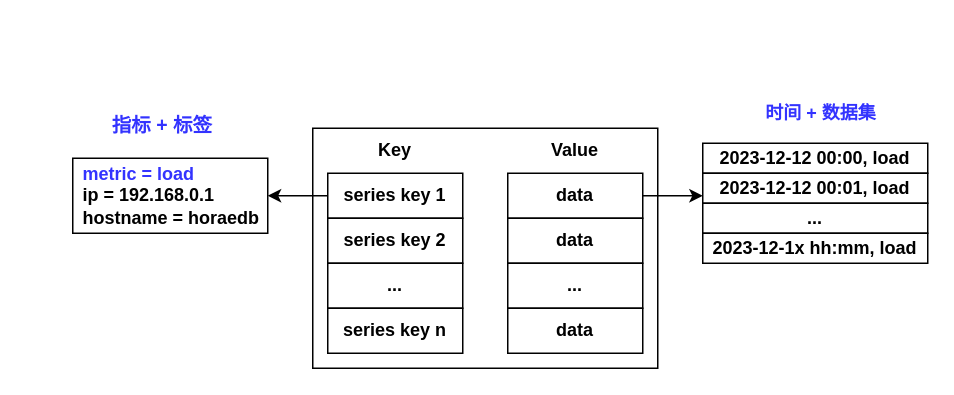
Above: series.drawio in Rachelint/drawio-store (draw.io), before the change. Source tidied: cells renumbered, new cells numbered last; positions are measured from the earlier drawing's top-left corner, leaving out a move shared by most shapes. Both pictures are drawn from the tidied source at 150%, with x=0, y=0 at pixel (72, 90).
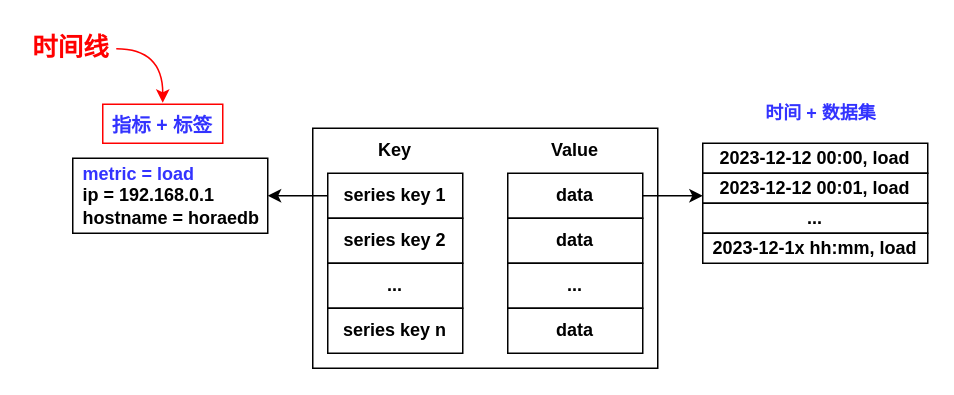
The same diagram, later.

The change refers to these unchanged cells:
```xml
<mxCell id="21" value="&lt;font color=&quot;#3333ff&quot; style=&quot;font-size: 13px;&quot;&gt;&lt;b&gt;指标 + 标签&lt;br&gt;&lt;/b&gt;&lt;/font&gt;" style="text;html=1;strokeColor=none;fillColor=none;align=center;verticalAlign=middle;whiteSpace=wrap;rounded=0;" parent="1" vertex="1">
  <mxGeometry x="23" y="8" width="74" height="30" as="geometry" />
</mxCell>
```

What changed in the source:
```diff
@@
+    <mxCell id="23" style="rounded=0;whiteSpace=wrap;html=1;strokeColor=#FF0000;" parent="1" vertex="1">
+      <mxGeometry x="20" y="9" width="80" height="26" as="geometry" />
+    </mxCell>
@@
+    <mxCell id="24" style="edgeStyle=orthogonalEdgeStyle;rounded=0;jettySize=auto;html=1;exitX=1;exitY=0.5;exitDx=0;exitDy=0;entryX=0.5;entryY=0;entryDx=0;entryDy=0;strokeColor=#FF0000;curved=1;" parent="1" edge="1" source="25" target="21">
+      <mxGeometry relative="1" as="geometry" />
+    </mxCell>
+    <mxCell id="25" value="&lt;font color=&quot;#ff0000&quot; style=&quot;font-size: 17px;&quot;&gt;&lt;b style=&quot;font-size: 17px;&quot;&gt;时间线&lt;/b&gt;&lt;/font&gt;" style="text;html=1;strokeColor=none;fillColor=none;align=center;verticalAlign=middle;whiteSpace=wrap;rounded=0;fontColor=#3333FF;fontSize=17;" parent="1" vertex="1">
+      <mxGeometry x="-31" y="-43" width="60" height="30" as="geometry" />
+    </mxCell>
```
